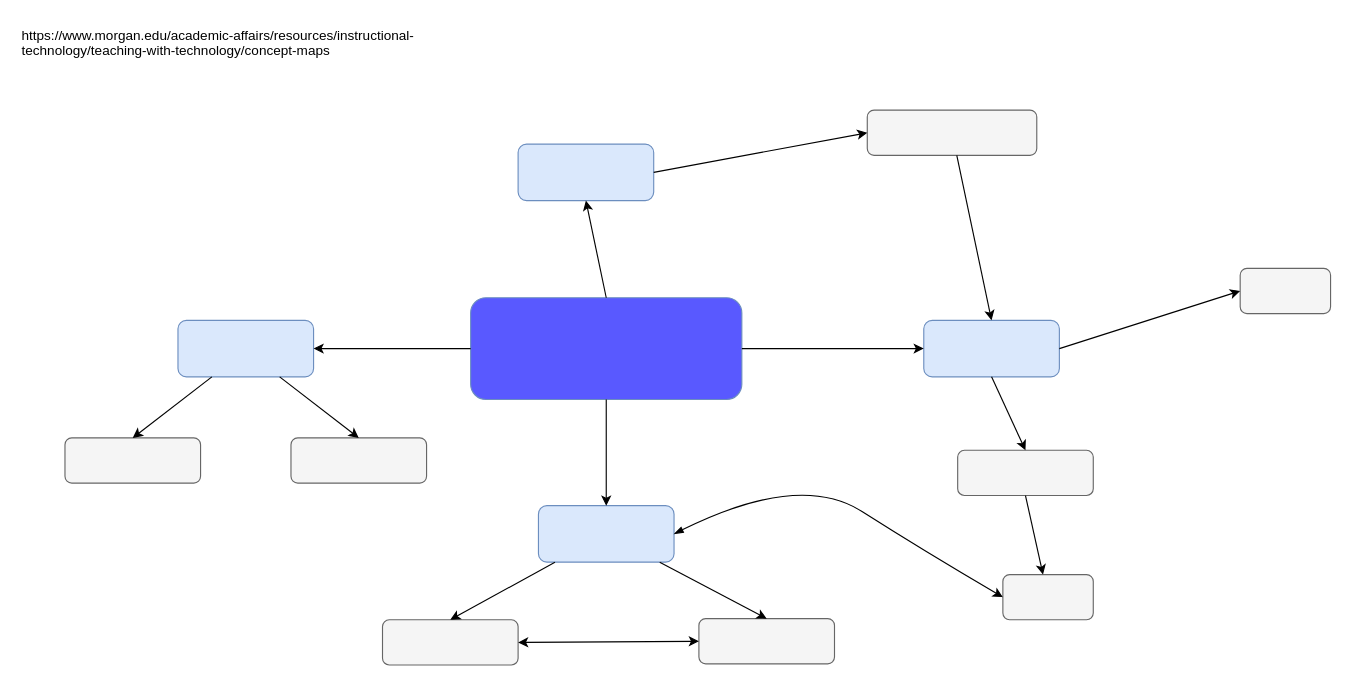
The draw.io diagram page "1.1" (1 of 4) of ConceptMaps.drawio in k-wtamu/Capstone, before the edit. Source tidied: cells renumbered, new cells numbered last; positions are measured from the earlier drawing's top-left corner, leaving out a move shared by most shapes. Both pictures are drawn from the tidied source at 113%, with x=0, y=0 at pixel (19, 19).
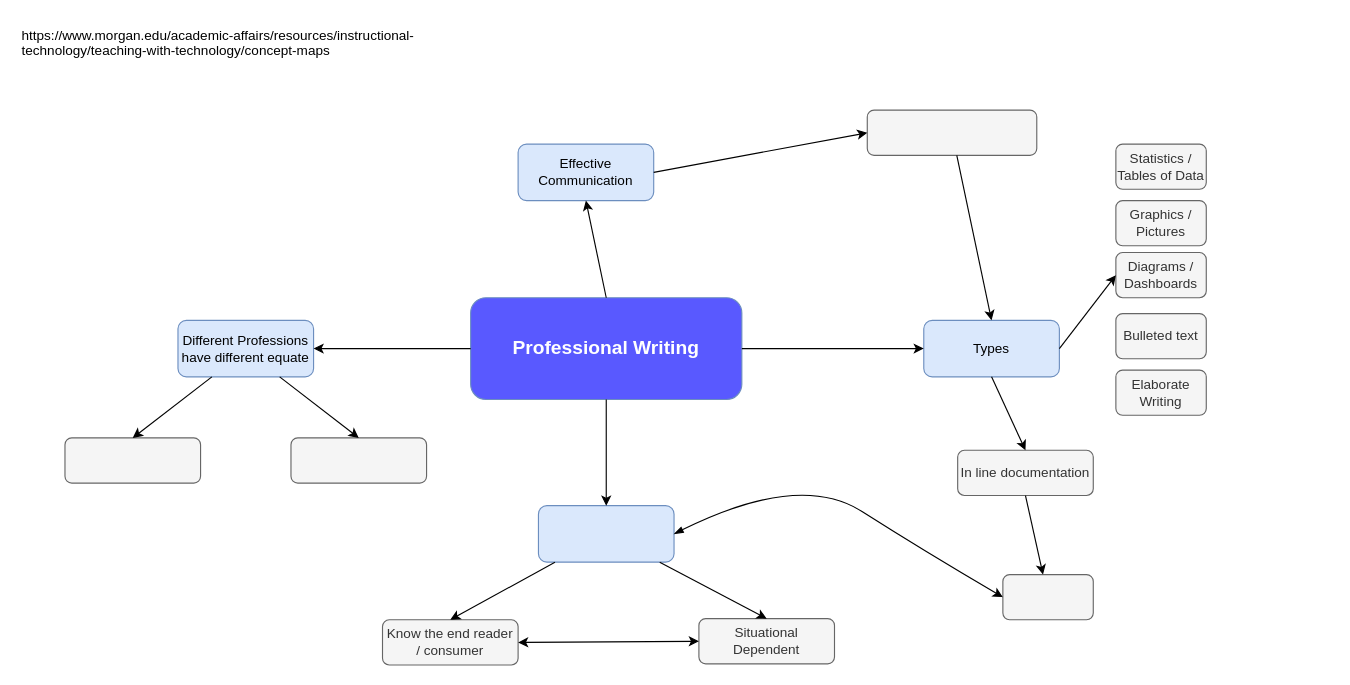
After the change.

Change to the diagram source:
```diff
@@
-    <mxCell id="2" style="rounded=1;whiteSpace=wrap;html=1;fillColor=#5959FF;strokeColor=#6c8ebf;gradientColor=none;" parent="1" vertex="1">
+    <mxCell id="2" value="&lt;b&gt;&lt;font style=&quot;font-size: 17px; color: rgb(255, 255, 255);&quot;&gt;Professional Writing&lt;/font&gt;&lt;/b&gt;" style="rounded=1;whiteSpace=wrap;html=1;fillColor=#5959FF;strokeColor=#6c8ebf;gradientColor=none;" parent="1" vertex="1">
       <mxGeometry x="399" y="246" width="240" height="90" as="geometry" />
     </mxCell>
-    <mxCell id="3" style="rounded=1;whiteSpace=wrap;html=1;fillColor=#dae8fc;strokeColor=#6c8ebf;" parent="1" vertex="1">
+    <mxCell id="3" value="Different Professions have different equate" style="rounded=1;whiteSpace=wrap;html=1;fillColor=#dae8fc;strokeColor=#6c8ebf;" parent="1" vertex="1">
       <mxGeometry x="140" y="266" width="120" height="50" as="geometry" />
     </mxCell>
@@
-    <mxCell id="12" style="rounded=1;whiteSpace=wrap;html=1;fillColor=#f5f5f5;fontColor=#333333;strokeColor=#666666;" parent="1" vertex="1">
+    <mxCell id="12" value="Situational Dependent" style="rounded=1;whiteSpace=wrap;html=1;fillColor=#f5f5f5;fontColor=#333333;strokeColor=#666666;" parent="1" vertex="1">
       <mxGeometry x="601" y="530" width="120" height="40" as="geometry" />
     </mxCell>
@@
-    <mxCell id="14" style="rounded=1;whiteSpace=wrap;html=1;fillColor=#f5f5f5;fontColor=#333333;strokeColor=#666666;" parent="1" vertex="1">
+    <mxCell id="14" value="Know the end reader / consumer" style="rounded=1;whiteSpace=wrap;html=1;fillColor=#f5f5f5;fontColor=#333333;strokeColor=#666666;" parent="1" vertex="1">
       <mxGeometry x="321" y="531" width="120" height="40" as="geometry" />
     </mxCell>
@@
-    <mxCell id="17" style="rounded=1;whiteSpace=wrap;html=1;fillColor=#dae8fc;strokeColor=#6c8ebf;" parent="1" vertex="1">
+    <mxCell id="17" value="Effective Communication" style="rounded=1;whiteSpace=wrap;html=1;fillColor=#dae8fc;strokeColor=#6c8ebf;" parent="1" vertex="1">
       <mxGeometry x="441" y="110" width="120" height="50" as="geometry" />
     </mxCell>
-    <mxCell id="18" style="rounded=1;whiteSpace=wrap;html=1;fillColor=#dae8fc;strokeColor=#6c8ebf;" parent="1" vertex="1">
+    <mxCell id="18" value="Types" style="rounded=1;whiteSpace=wrap;html=1;fillColor=#dae8fc;strokeColor=#6c8ebf;" parent="1" vertex="1">
       <mxGeometry x="800" y="266" width="120" height="50" as="geometry" />
     </mxCell>
@@
-    <mxCell id="20" style="rounded=1;whiteSpace=wrap;html=1;fillColor=#f5f5f5;fontColor=#333333;strokeColor=#666666;" parent="1" vertex="1">
+    <mxCell id="20" value="In line documentation" style="rounded=1;whiteSpace=wrap;html=1;fillColor=#f5f5f5;fontColor=#333333;strokeColor=#666666;" parent="1" vertex="1">
       <mxGeometry x="830" y="381" width="120" height="40" as="geometry" />
     </mxCell>
-    <mxCell id="21" style="rounded=1;whiteSpace=wrap;html=1;fillColor=#f5f5f5;fontColor=#333333;strokeColor=#666666;" parent="1" vertex="1">
-      <mxGeometry x="1080" y="220" width="80" height="40" as="geometry" />
+    <mxCell id="21" value="Diagrams / Dashboards" style="rounded=1;whiteSpace=wrap;html=1;fillColor=#f5f5f5;fontColor=#333333;strokeColor=#666666;" parent="1" vertex="1">
+      <mxGeometry x="970" y="206" width="80" height="40" as="geometry" />
     </mxCell>
@@
+    <mxCell id="31" value="Bulleted text" style="rounded=1;whiteSpace=wrap;html=1;fillColor=#f5f5f5;fontColor=#333333;strokeColor=#666666;" parent="1" vertex="1">
+      <mxGeometry x="970" y="260" width="80" height="40" as="geometry" />
+    </mxCell>
+    <mxCell id="32" value="Elaborate Writing" style="rounded=1;whiteSpace=wrap;html=1;fillColor=#f5f5f5;fontColor=#333333;strokeColor=#666666;" parent="1" vertex="1">
+      <mxGeometry x="970" y="310" width="80" height="40" as="geometry" />
+    </mxCell>
+    <mxCell id="33" value="Graphics / Pictures" style="rounded=1;whiteSpace=wrap;html=1;fillColor=#f5f5f5;fontColor=#333333;strokeColor=#666666;" parent="1" vertex="1">
+      <mxGeometry x="970" y="160" width="80" height="40" as="geometry" />
+    </mxCell>
+    <mxCell id="34" value="Statistics / Tables of Data" style="rounded=1;whiteSpace=wrap;html=1;fillColor=#f5f5f5;fontColor=#333333;strokeColor=#666666;" parent="1" vertex="1">
+      <mxGeometry x="970" y="110" width="80" height="40" as="geometry" />
+    </mxCell>
```
